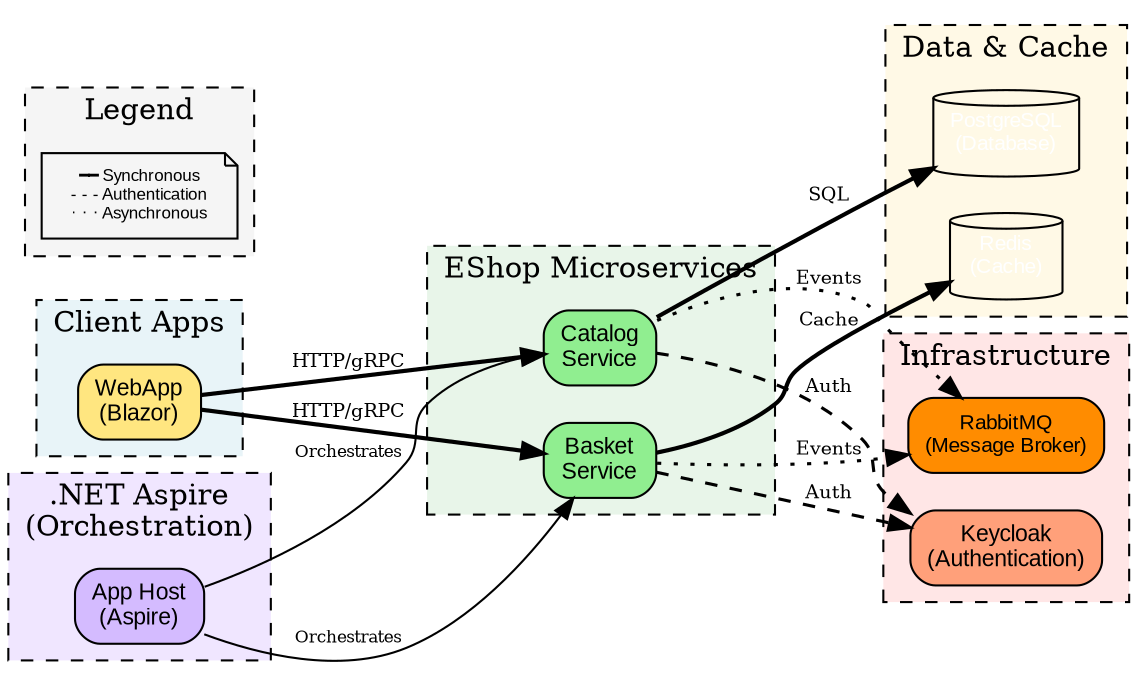
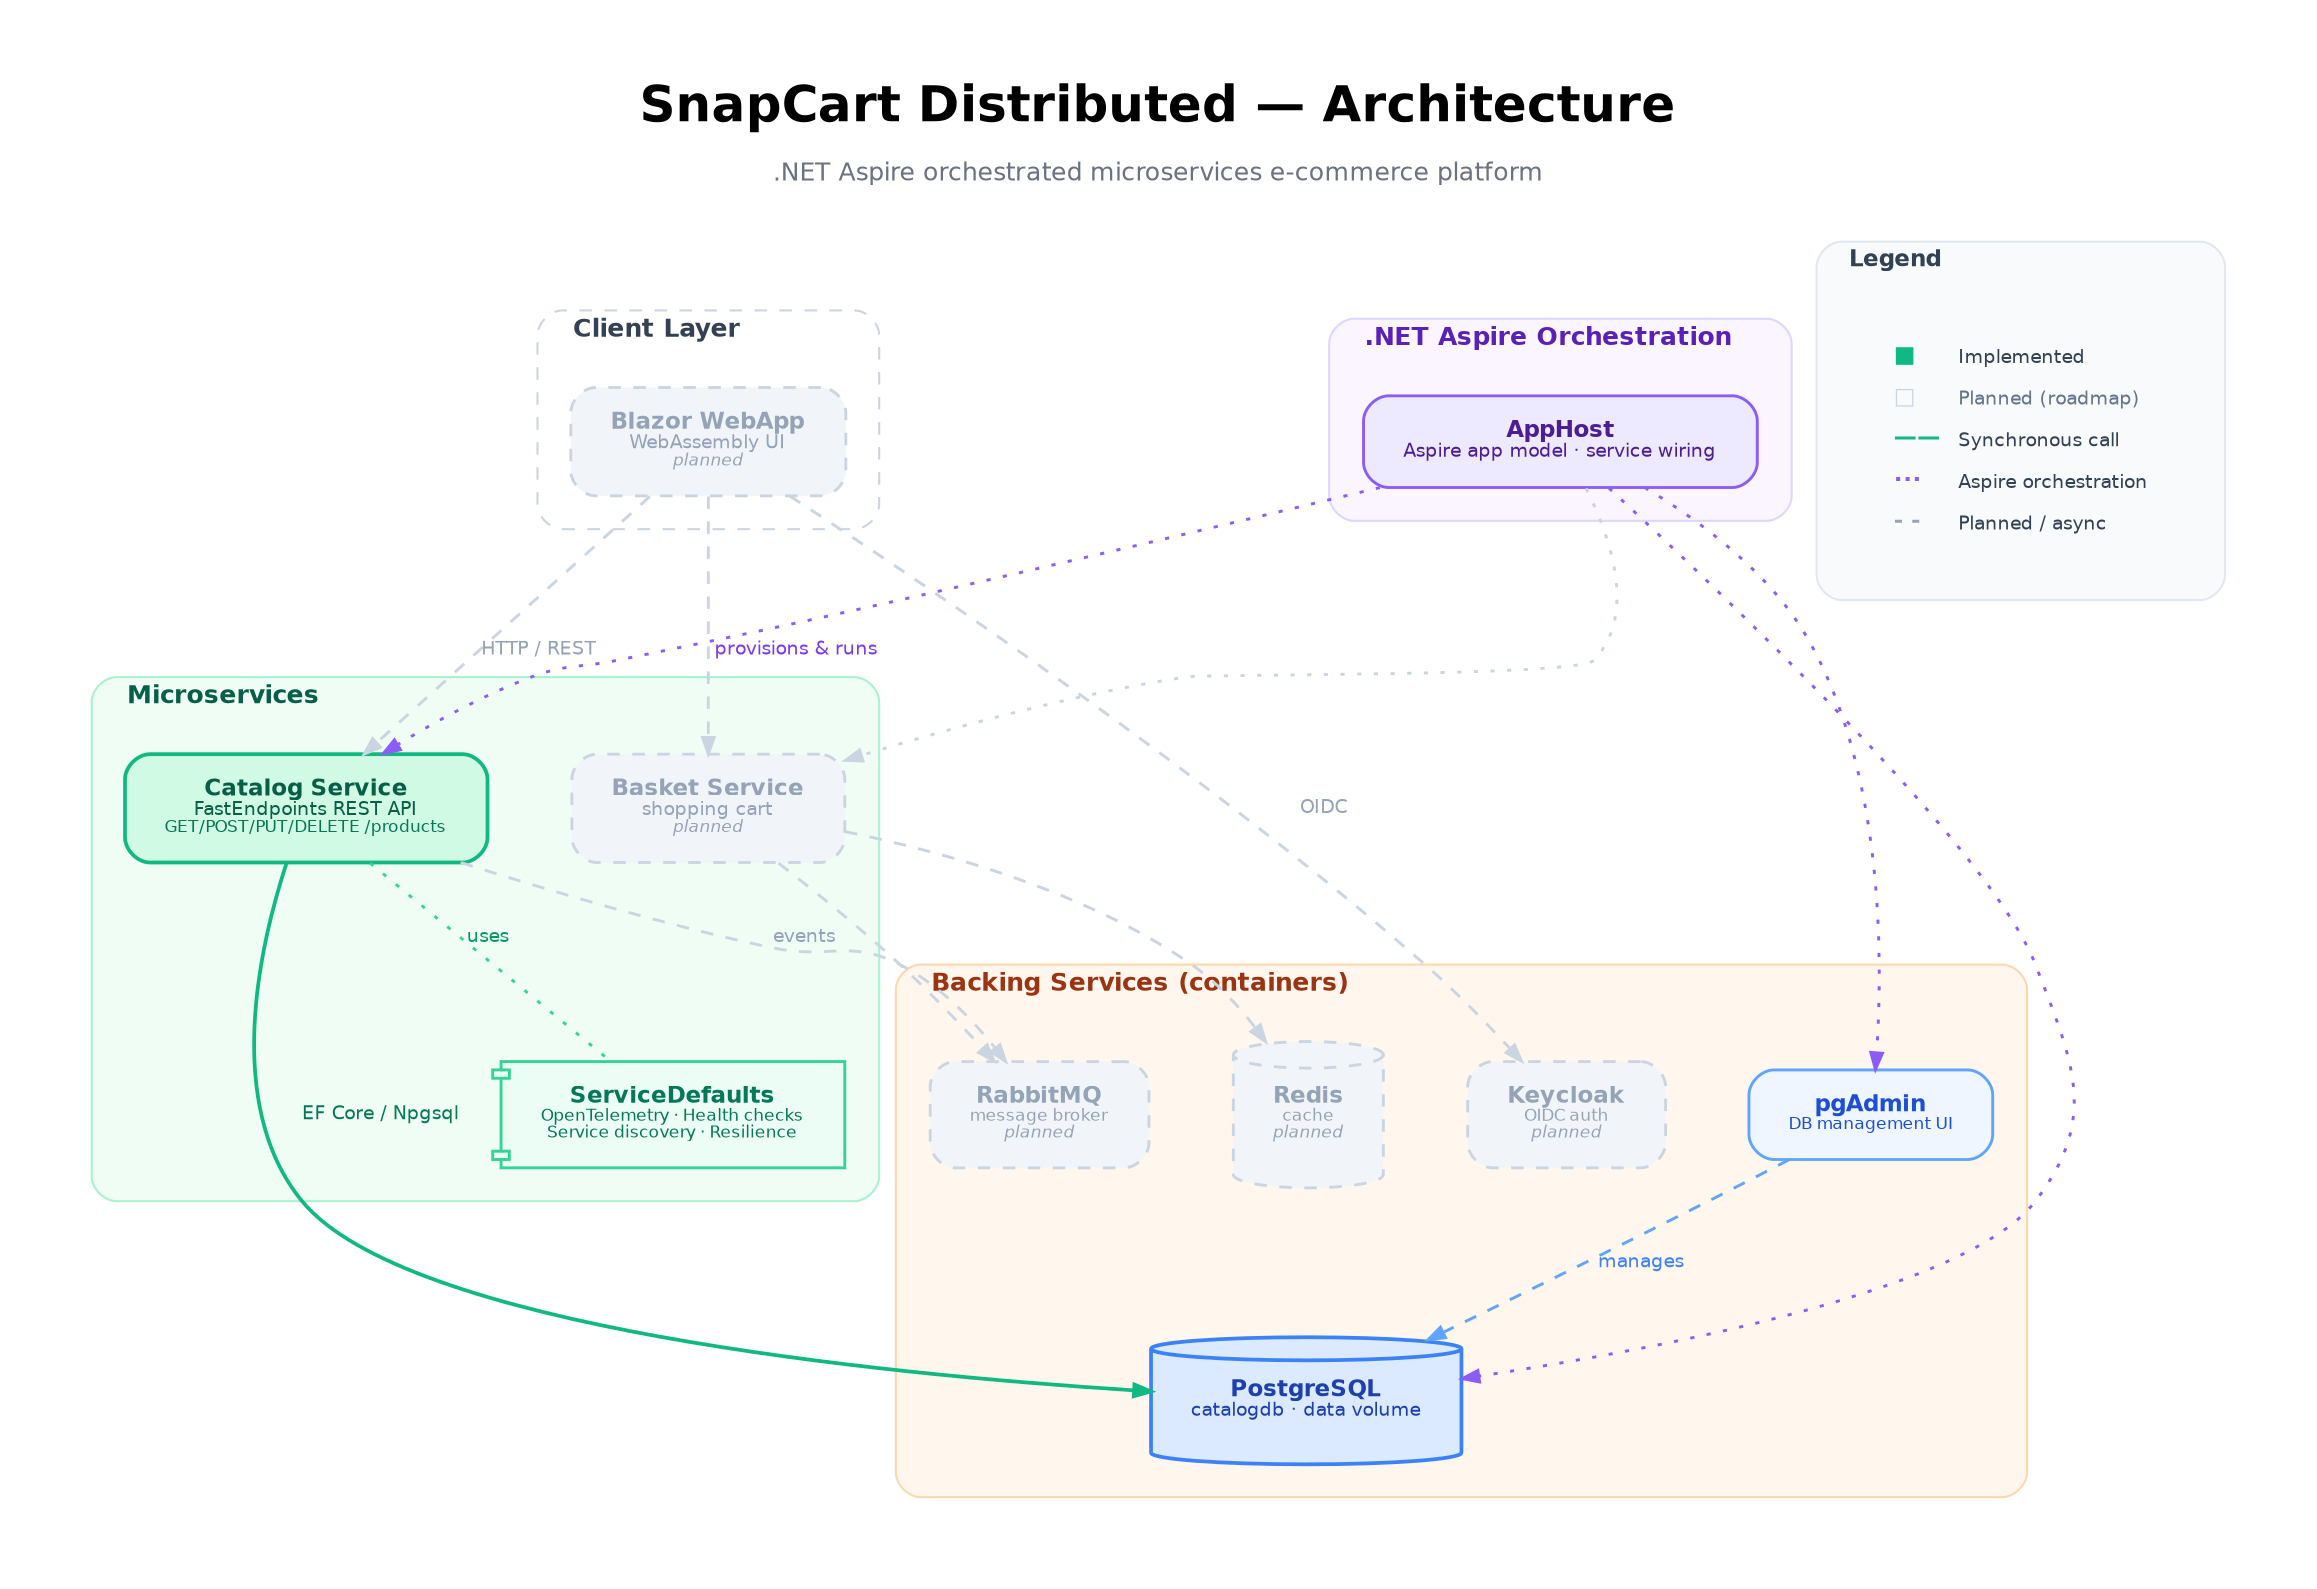
digraph SnapCartArchitecture {
-     rankdir=LR;
-     bgcolor=white;
+     rankdir=TB;
+     bgcolor="transparent";
+     pad=0.5;
+     nodesep=0.55;
+     ranksep=0.85;
+     splines=spline;
+     fontname="Helvetica";
+     labelloc="t";
+     label=<<FONT POINT-SIZE="24" FACE="Helvetica"><B>SnapCart Distributed &#8212; Architecture</B></FONT><BR/><BR/><FONT POINT-SIZE="12" COLOR="#6B7280">.NET Aspire orchestrated microservices e-commerce platform</FONT><BR/> >;

-     // Define node styles
-     node [shape=box, style=rounded, fontname="Arial"];
+     node [shape=box, style="rounded,filled", fontname="Helvetica", fontsize=11,
+           penwidth=1.4, margin="0.26,0.16", color="#94A3B8"];
+     edge [fontname="Helvetica", fontsize=9, color="#94A3B8", fontcolor="#64748B",
+           penwidth=1.4, arrowsize=0.8];

-     // Client Apps Section
+     /* ============================ CLIENT LAYER ============================ */
    subgraph cluster_client {
-         label="Client Apps";
-         style=dashed;
-         bgcolor="#E8F4F8";
+         label=<<FONT POINT-SIZE="12" COLOR="#334155"><B>  Client Layer  </B></FONT>>;
+         labeljust="l";
+         style="rounded,dashed";
+         color="#CBD5E1";
+         fontname="Helvetica";
+         margin=16;

-         webapp [label="WebApp\n(Blazor)", shape=box, style="rounded,filled", fillcolor="#FFE680", fontsize=11, fontweight=bold];
+         webapp [label=<<B>Blazor WebApp</B><BR/><FONT POINT-SIZE="9">WebAssembly UI</FONT><BR/><FONT POINT-SIZE="8"><I>planned</I></FONT>>,
+                 fillcolor="#F1F5F9", fontcolor="#94A3B8", color="#CBD5E1", style="rounded,filled,dashed"];
    }

-     // .NET Aspire Section
-     subgraph cluster_aspire {
-         label=".NET Aspire\n(Orchestration)";
-         style=dashed;
-         bgcolor="#F0E6FF";
+     /* ========================= ORCHESTRATION LAYER ======================== */
+     subgraph cluster_orchestration {
+         label=<<FONT POINT-SIZE="12" COLOR="#5B21B6"><B>  .NET Aspire Orchestration  </B></FONT>>;
+         labeljust="l";
+         style="rounded,filled";
+         color="#DDD6FE";
+         fillcolor="#FAF5FF";
+         margin=16;

-         apphost [label="App Host\n(Aspire)", shape=box, style="rounded,filled", fillcolor="#D4BBFF", fontsize=11, fontweight=bold];
+         apphost [label=<<B>AppHost</B><BR/><FONT POINT-SIZE="9">Aspire app model &#183; service wiring</FONT>>,
+                  fillcolor="#EDE9FE", fontcolor="#4C1D95", color="#8B5CF6"];
    }

-     // EShop Microservices Section
+     /* ========================== MICROSERVICES ============================= */
    subgraph cluster_services {
-         label="EShop Microservices";
-         style=dashed;
-         bgcolor="#E8F5E9";
+         label=<<FONT POINT-SIZE="12" COLOR="#065F46"><B>  Microservices  </B></FONT>>;
+         labeljust="l";
+         style="rounded,filled";
+         color="#A7F3D0";
+         fillcolor="#F0FDF4";
+         margin=16;

-         catalog [label="Catalog\nService", shape=box, style="rounded,filled", fillcolor="#90EE90", fontsize=11, fontweight=bold];
-         basket [label="Basket\nService", shape=box, style="rounded,filled", fillcolor="#90EE90", fontsize=11, fontweight=bold];
+         catalog [label=<<B>Catalog Service</B><BR/><FONT POINT-SIZE="9">FastEndpoints REST API</FONT><BR/><FONT POINT-SIZE="8" COLOR="#047857">GET/POST/PUT/DELETE /products</FONT>>,
+                  fillcolor="#D1FAE5", fontcolor="#065F46", color="#10B981", penwidth=1.8];
+ 
+         basket [label=<<B>Basket Service</B><BR/><FONT POINT-SIZE="9">shopping cart</FONT><BR/><FONT POINT-SIZE="8"><I>planned</I></FONT>>,
+                 fillcolor="#F1F5F9", fontcolor="#94A3B8", color="#CBD5E1", style="rounded,filled,dashed"];
+ 
+         servicedefaults [label=<<B>ServiceDefaults</B><BR/><FONT POINT-SIZE="8">OpenTelemetry &#183; Health checks<BR/>Service discovery &#183; Resilience</FONT>>,
+                  shape=component, fillcolor="#ECFDF5", fontcolor="#047857", color="#34D399"];
    }

-     // Databases Section
-     subgraph cluster_databases {
-         label="Data & Cache";
-         style=dashed;
-         bgcolor="#FFF9E6";
+     /* ===================== BACKING SERVICES (Docker) ====================== */
+     subgraph cluster_data {
+         label=<<FONT POINT-SIZE="12" COLOR="#9A3412"><B>  Backing Services (containers)  </B></FONT>>;
+         labeljust="l";
+         style="rounded,filled";
+         color="#FED7AA";
+         fillcolor="#FFF7ED";
+         margin=16;

-         postgres [label="PostgreSQL\n(Database)", shape=cylinder, fillcolor="#4DB8FF", fontcolor="white", fontsize=10, fontweight=bold];
-         redis [label="Redis\n(Cache)", shape=cylinder, fillcolor="#DC3545", fontcolor="white", fontsize=10, fontweight=bold];
+         postgres [label=<<B>PostgreSQL</B><BR/><FONT POINT-SIZE="9">catalogdb &#183; data volume</FONT>>,
+                   shape=cylinder, style=filled, fillcolor="#DBEAFE", fontcolor="#1E40AF", color="#3B82F6", penwidth=1.8];
+ 
+         pgadmin [label=<<B>pgAdmin</B><BR/><FONT POINT-SIZE="8">DB management UI</FONT>>,
+                  fillcolor="#EFF6FF", fontcolor="#1D4ED8", color="#60A5FA"];
+ 
+         redis [label=<<B>Redis</B><BR/><FONT POINT-SIZE="8">cache<BR/><I>planned</I></FONT>>,
+                shape=cylinder, style="filled,dashed", fillcolor="#F1F5F9", fontcolor="#94A3B8", color="#CBD5E1"];
+ 
+         rabbitmq [label=<<B>RabbitMQ</B><BR/><FONT POINT-SIZE="8">message broker<BR/><I>planned</I></FONT>>,
+                   style="rounded,filled,dashed", fillcolor="#F1F5F9", fontcolor="#94A3B8", color="#CBD5E1"];
+ 
+         keycloak [label=<<B>Keycloak</B><BR/><FONT POINT-SIZE="8">OIDC auth<BR/><I>planned</I></FONT>>,
+                   style="rounded,filled,dashed", fillcolor="#F1F5F9", fontcolor="#94A3B8", color="#CBD5E1"];
    }

-     // Infrastructure Section
-     subgraph cluster_infra {
-         label="Infrastructure";
-         style=dashed;
-         bgcolor="#FFE6E6";
+     /* ============================== EDGES ================================= */

-         keycloak [label="Keycloak\n(Authentication)", shape=box, style="rounded,filled", fillcolor="#FFA07A", fontsize=11, fontweight=bold];
-         rabbitmq [label="RabbitMQ\n(Message Broker)", shape=box, style="rounded,filled", fillcolor="#FF8C00", fontsize=10, fontweight=bold];
-     }
+     /* Implemented runtime flow (solid, coloured) */
+     webapp   -> catalog  [label="HTTP / REST", style=dashed, color="#CBD5E1", fontcolor="#94A3B8"];
+     catalog  -> postgres [label="EF Core / Npgsql", color="#10B981", fontcolor="#047857", penwidth=1.8];
+     pgadmin  -> postgres [label="manages", color="#60A5FA", fontcolor="#3B82F6", style=dashed];

-     // Edges - Client to Services
-     webapp -> catalog [label="HTTP/gRPC", fontsize=9, style=solid, penwidth=2];
-     webapp -> basket [label="HTTP/gRPC", fontsize=9, style=solid, penwidth=2];
+     /* Shared config (build-time reference) */
+     catalog  -> servicedefaults [label="uses", style=dotted, color="#34D399", fontcolor="#059669", arrowhead=none];

-     // Edges - Services to Databases
-     catalog -> postgres [label="SQL", fontsize=9, style=solid, penwidth=2];
-     basket -> redis [label="Cache", fontsize=9, style=solid, penwidth=2];
+     /* Aspire orchestration (dotted, does not affect ranking) */
+     apphost  -> catalog  [label="provisions & runs", style=dotted, color="#8B5CF6", fontcolor="#7C3AED", constraint=false];
+     apphost  -> postgres [style=dotted, color="#8B5CF6", constraint=false];
+     apphost  -> pgadmin  [style=dotted, color="#8B5CF6", constraint=false];

-     // Edges - Services to Infrastructure
-     catalog -> keycloak [label="Auth", fontsize=9, style=dashed, penwidth=1.5];
-     basket -> keycloak [label="Auth", fontsize=9, style=dashed, penwidth=1.5];
-     catalog -> rabbitmq [label="Events", fontsize=9, style=dotted, penwidth=1.5];
-     basket -> rabbitmq [label="Events", fontsize=9, style=dotted, penwidth=1.5];
+     /* Planned flow (faded) */
+     webapp   -> basket   [style=dashed, color="#CBD5E1", fontcolor="#94A3B8"];
+     basket   -> redis    [style=dashed, color="#CBD5E1"];
+     apphost  -> basket   [style=dotted, color="#CBD5E1", constraint=false];
+     catalog  -> rabbitmq [label="events", style=dashed, color="#CBD5E1", fontcolor="#94A3B8"];
+     basket   -> rabbitmq [style=dashed, color="#CBD5E1"];
+     webapp   -> keycloak [label="OIDC", style=dashed, color="#CBD5E1", fontcolor="#94A3B8"];

-     // Edges - Orchestration
-     apphost -> catalog [label="Orchestrates", fontsize=8, style=solid, penwidth=1, constraint=false];
-     apphost -> basket [label="Orchestrates", fontsize=8, style=solid, penwidth=1, constraint=false];
+     /* ============================== LEGEND ================================ */
+     subgraph cluster_legend {
+         label=<<FONT POINT-SIZE="11" COLOR="#334155"><B>  Legend  </B></FONT>>;
+         labeljust="l";
+         style="rounded,filled";
+         color="#E2E8F0";
+         fillcolor="#F8FAFC";
+         margin=12;

-     // Legend
-     subgraph cluster_legend {
-         label="Legend";
-         style=dashed;
-         bgcolor="#F5F5F5";
- 
-         legend1 [label="━━ Synchronous\n- - - Authentication\n· · · Asynchronous", shape=note, fontsize=8, margin="0.2,0.1"];
+         legend [shape=plaintext, style="", fillcolor="none", label=<
+             <TABLE BORDER="0" CELLBORDER="0" CELLSPACING="4" CELLPADDING="2">
+               <TR><TD ALIGN="LEFT"><FONT COLOR="#10B981"><B>&#9632;</B></FONT></TD><TD ALIGN="LEFT"><FONT POINT-SIZE="9" COLOR="#334155">Implemented</FONT></TD></TR>
+               <TR><TD ALIGN="LEFT"><FONT COLOR="#CBD5E1"><B>&#9633;</B></FONT></TD><TD ALIGN="LEFT"><FONT POINT-SIZE="9" COLOR="#64748B">Planned (roadmap)</FONT></TD></TR>
+               <TR><TD ALIGN="LEFT"><FONT COLOR="#10B981"><B>&#8212;&#8212;</B></FONT></TD><TD ALIGN="LEFT"><FONT POINT-SIZE="9" COLOR="#334155">Synchronous call</FONT></TD></TR>
+               <TR><TD ALIGN="LEFT"><FONT COLOR="#8B5CF6"><B>&#183;&#183;&#183;</B></FONT></TD><TD ALIGN="LEFT"><FONT POINT-SIZE="9" COLOR="#334155">Aspire orchestration</FONT></TD></TR>
+               <TR><TD ALIGN="LEFT"><FONT COLOR="#94A3B8"><B>- -</B></FONT></TD><TD ALIGN="LEFT"><FONT POINT-SIZE="9" COLOR="#334155">Planned / async</FONT></TD></TR>
+             </TABLE>
+         >];
    }
}
- 
